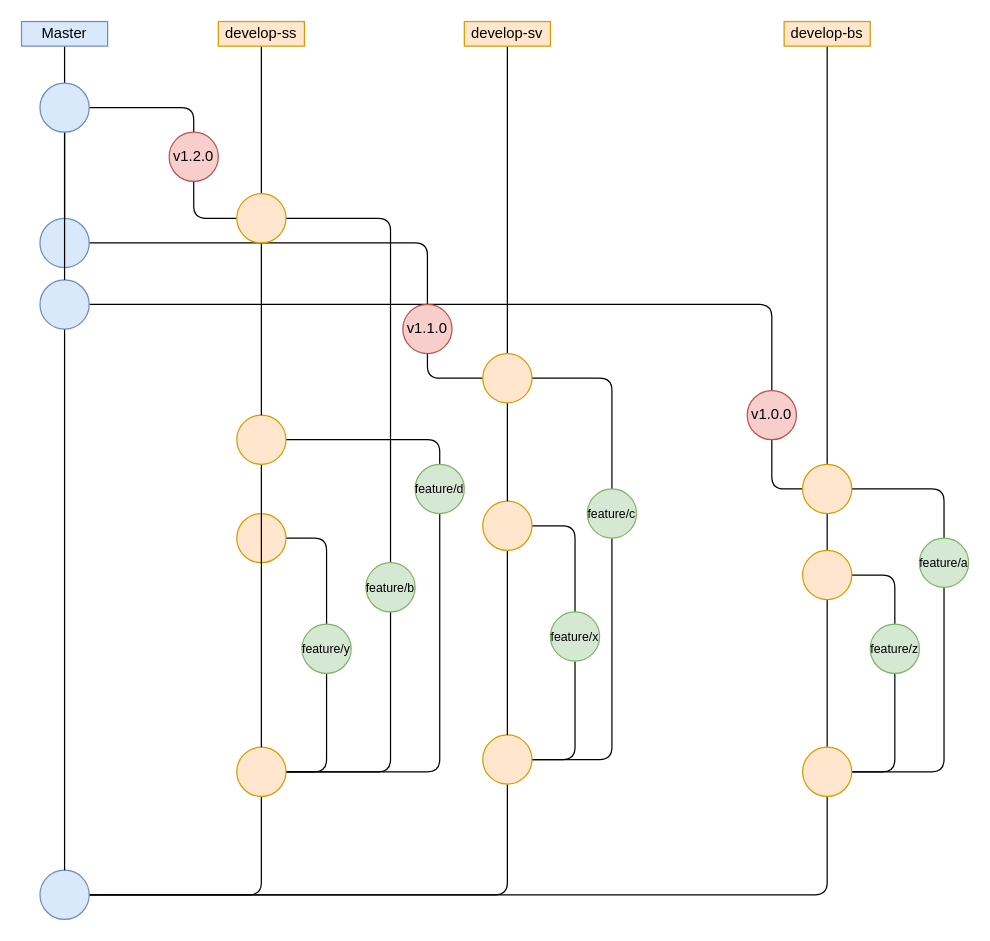
Above: workflows.drawio in dev-pengu/workflows (draw.io), before the change. Source tidied: cells renumbered, new cells numbered last; positions are measured from the earlier drawing's top-left corner, leaving out a move shared by most shapes. Both pictures are drawn from the tidied source at 123%, with x=0, y=0 at pixel (21, 21).
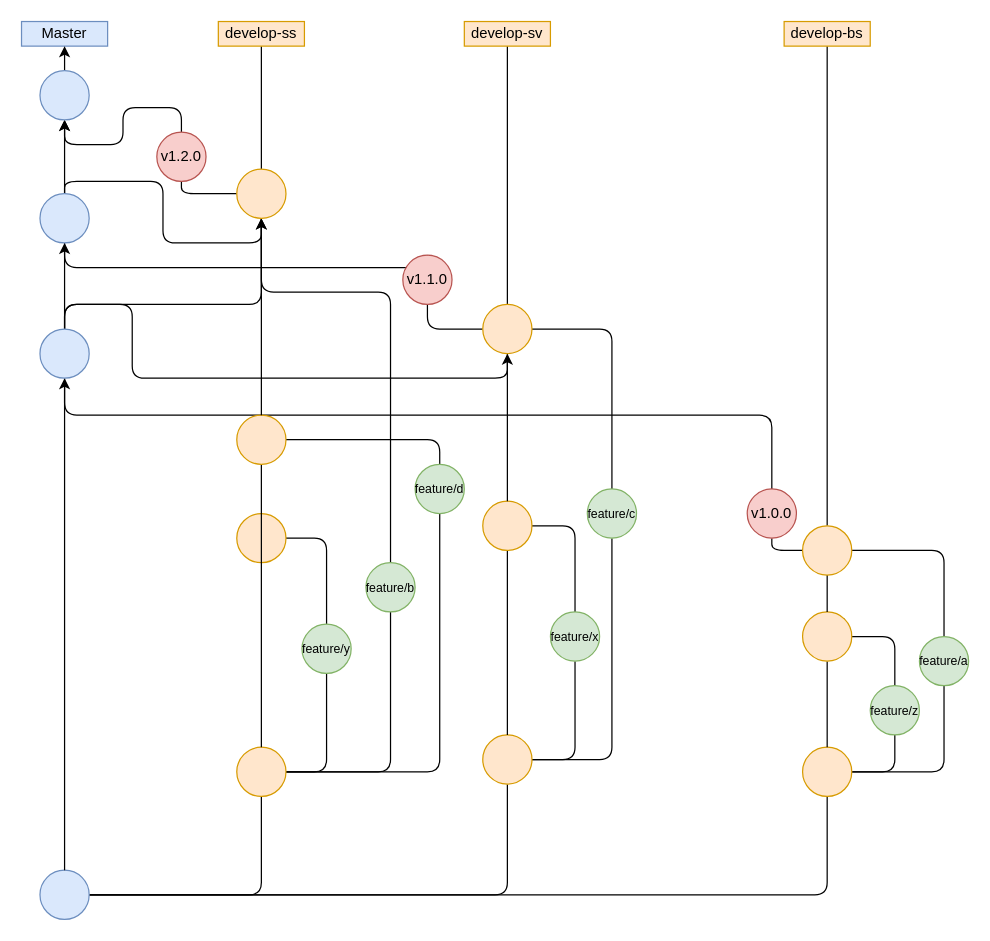
Above is the later version.

The change refers to these unchanged cells:
```xml
<mxCell id="7" value="Master" style="rounded=0;whiteSpace=wrap;html=1;fillColor=#dae8fc;strokeColor=#6c8ebf;" parent="1" vertex="1">
  <mxGeometry width="70" height="20" as="geometry" />
</mxCell>
<mxCell id="22" style="ellipse;whiteSpace=wrap;html=1;fillColor=#ffe6cc;strokeColor=#d79b00;" parent="1" vertex="1">
  <mxGeometry x="635" y="590" width="40" height="40" as="geometry" />
</mxCell>
<mxCell id="23" value="develop-bs" style="rounded=0;whiteSpace=wrap;html=1;fillColor=#ffe6cc;strokeColor=#d79b00;" parent="1" vertex="1">
  <mxGeometry x="620" width="70" height="20" as="geometry" />
</mxCell>
<mxCell id="51" value="&lt;font size=&quot;1&quot;&gt;feature/b&lt;/font&gt;" style="ellipse;whiteSpace=wrap;html=1;fillColor=#d5e8d4;strokeColor=#82b366;" parent="1" vertex="1">
  <mxGeometry x="280" y="440" width="40" height="40" as="geometry" />
</mxCell>
```

The edit, as a diff of the source:
```diff
@@
-    <mxCell id="2" style="edgeStyle=orthogonalEdgeStyle;rounded=0;jettySize=auto;html=1;endArrow=none;endFill=0;entryX=0.5;entryY=1;entryDx=0;entryDy=0;" parent="1" edge="1" source="62" target="7">
-      <mxGeometry relative="1" as="geometry">
-        <Array as="points">
-          <mxPoint x="35" y="170" />
-        </Array>
-      </mxGeometry>
-    </mxCell>
@@
-    <mxCell id="19" style="edgeStyle=orthogonalEdgeStyle;rounded=0;jettySize=auto;html=1;exitX=0.5;exitY=0;exitDx=0;exitDy=0;entryX=0.5;entryY=1;entryDx=0;entryDy=0;endArrow=none;endFill=0;" parent="1" edge="1" source="22" target="23">
+    <mxCell id="19" style="edgeStyle=orthogonalEdgeStyle;rounded=0;jettySize=auto;html=1;exitX=0.5;exitY=0;exitDx=0;exitDy=0;entryX=0.5;entryY=1;entryDx=0;entryDy=0;endArrow=none;endFill=0;" parent="1" edge="1" source="34" target="23">
       <mxGeometry relative="1" as="geometry" />
     </mxCell>
@@
     <mxCell id="29" value="&lt;font style=&quot;font-size: 10px;&quot;&gt;feature/z&lt;/font&gt;" style="ellipse;whiteSpace=wrap;html=1;fillColor=#d5e8d4;strokeColor=#82b366;" parent="1" vertex="1">
-      <mxGeometry x="690" y="490" width="40" height="40" as="geometry" />
+      <mxGeometry x="690" y="540" width="40" height="40" as="geometry" />
     </mxCell>
@@
     <mxCell id="31" value="&lt;font style=&quot;font-size: 10px;&quot;&gt;feature/a&lt;/font&gt;" style="ellipse;whiteSpace=wrap;html=1;fillColor=#d5e8d4;strokeColor=#82b366;" parent="1" vertex="1">
-      <mxGeometry x="730" y="420" width="40" height="40" as="geometry" />
+      <mxGeometry x="730" y="500" width="40" height="40" as="geometry" />
     </mxCell>
-    <mxCell id="32" style="ellipse;whiteSpace=wrap;html=1;fillColor=#ffe6cc;strokeColor=#d79b00;" parent="1" vertex="1">
-      <mxGeometry x="635" y="430" width="40" height="40" as="geometry" />
-    </mxCell>
@@
-    <mxCell id="34" style="ellipse;whiteSpace=wrap;html=1;fillColor=#ffe6cc;strokeColor=#d79b00;" parent="1" vertex="1">
-      <mxGeometry x="635" y="360" width="40" height="40" as="geometry" />
-    </mxCell>
-    <mxCell id="35" style="edgeStyle=orthogonalEdgeStyle;rounded=1;jettySize=auto;html=1;exitX=0.5;exitY=0;exitDx=0;exitDy=0;entryX=1;entryY=0.5;entryDx=0;entryDy=0;curved=0;endArrow=none;endFill=0;" parent="1" edge="1" source="36" target="38">
-      <mxGeometry relative="1" as="geometry" />
+    <mxCell id="35" style="edgeStyle=orthogonalEdgeStyle;rounded=1;jettySize=auto;html=1;exitX=0.5;exitY=0;exitDx=0;exitDy=0;entryX=0.5;entryY=1;entryDx=0;entryDy=0;curved=0;endArrow=classic;endFill=1;" parent="1" edge="1" source="36" target="38">
+      <mxGeometry relative="1" as="geometry">
+        <Array as="points">
+          <mxPoint x="610" y="320" />
+          <mxPoint x="35" y="320" />
+        </Array>
+      </mxGeometry>
     </mxCell>
     <mxCell id="36" value="v1.0.0" style="ellipse;whiteSpace=wrap;html=1;fillColor=#f8cecc;strokeColor=#b85450;" parent="1" vertex="1">
-      <mxGeometry x="590" y="300" width="40" height="40" as="geometry" />
+      <mxGeometry x="590" y="380" width="40" height="40" as="geometry" />
     </mxCell>
@@
+    <mxCell id="63" style="edgeStyle=orthogonalEdgeStyle;rounded=1;jettySize=auto;html=1;exitX=0.5;exitY=0;exitDx=0;exitDy=0;entryX=0.5;entryY=1;entryDx=0;entryDy=0;curved=0;" parent="1" edge="1" source="38" target="58">
+      <mxGeometry relative="1" as="geometry">
+        <Array as="points">
+          <mxPoint x="35" y="230" />
+          <mxPoint x="195" y="230" />
+        </Array>
+      </mxGeometry>
+    </mxCell>
+    <mxCell id="64" style="edgeStyle=orthogonalEdgeStyle;rounded=0;jettySize=auto;html=1;exitX=0.5;exitY=0;exitDx=0;exitDy=0;entryX=0.5;entryY=1;entryDx=0;entryDy=0;" parent="1" edge="1" source="38" target="49">
+      <mxGeometry relative="1" as="geometry" />
+    </mxCell>
+    <mxCell id="65" style="edgeStyle=orthogonalEdgeStyle;rounded=1;jettySize=auto;html=1;exitX=0.5;exitY=0;exitDx=0;exitDy=0;entryX=0.5;entryY=1;entryDx=0;entryDy=0;curved=0;" parent="1" edge="1" source="38" target="46">
+      <mxGeometry relative="1" as="geometry">
+        <Array as="points">
+          <mxPoint x="35" y="230" />
+          <mxPoint x="90" y="230" />
+          <mxPoint x="90" y="290" />
+          <mxPoint x="395" y="290" />
+        </Array>
+      </mxGeometry>
+    </mxCell>
     <mxCell id="38" style="ellipse;whiteSpace=wrap;html=1;fillColor=#dae8fc;strokeColor=#6c8ebf;" parent="1" vertex="1">
-      <mxGeometry x="15" y="210" width="40" height="40" as="geometry" />
+      <mxGeometry x="15" y="250" width="40" height="40" as="geometry" />
     </mxCell>
@@
     <mxCell id="46" style="ellipse;whiteSpace=wrap;html=1;fillColor=#ffe6cc;strokeColor=#d79b00;" parent="1" vertex="1">
-      <mxGeometry x="375" y="270" width="40" height="40" as="geometry" />
+      <mxGeometry x="375" y="230" width="40" height="40" as="geometry" />
     </mxCell>
-    <mxCell id="47" style="edgeStyle=orthogonalEdgeStyle;rounded=1;jettySize=auto;html=1;exitX=0.5;exitY=0;exitDx=0;exitDy=0;entryX=1;entryY=0.5;entryDx=0;entryDy=0;endArrow=none;endFill=0;curved=0;" parent="1" edge="1" source="48" target="49">
-      <mxGeometry relative="1" as="geometry" />
+    <mxCell id="47" style="edgeStyle=orthogonalEdgeStyle;rounded=1;jettySize=auto;html=1;exitX=0.5;exitY=0;exitDx=0;exitDy=0;entryX=0.5;entryY=1;entryDx=0;entryDy=0;endArrow=none;endFill=0;curved=0;" parent="1" edge="1" source="48" target="49">
+      <mxGeometry relative="1" as="geometry">
+        <Array as="points">
+          <mxPoint x="330" y="200" />
+          <mxPoint x="35" y="200" />
+        </Array>
+      </mxGeometry>
     </mxCell>
     <mxCell id="48" value="v1.1.0" style="ellipse;whiteSpace=wrap;html=1;fillColor=#f8cecc;strokeColor=#b85450;" parent="1" vertex="1">
-      <mxGeometry x="310" y="230" width="40" height="40" as="geometry" />
+      <mxGeometry x="310" y="190" width="40" height="40" as="geometry" />
     </mxCell>
+    <mxCell id="66" style="edgeStyle=orthogonalEdgeStyle;rounded=0;jettySize=auto;html=1;exitX=0.5;exitY=0;exitDx=0;exitDy=0;entryX=0.5;entryY=1;entryDx=0;entryDy=0;" parent="1" edge="1" source="49" target="62">
+      <mxGeometry relative="1" as="geometry" />
+    </mxCell>
+    <mxCell id="67" style="edgeStyle=orthogonalEdgeStyle;rounded=1;jettySize=auto;html=1;exitX=0.5;exitY=0;exitDx=0;exitDy=0;entryX=0.5;entryY=1;entryDx=0;entryDy=0;curved=0;" parent="1" edge="1" source="49" target="58">
+      <mxGeometry relative="1" as="geometry">
+        <Array as="points">
+          <mxPoint x="35" y="130" />
+          <mxPoint x="115" y="130" />
+          <mxPoint x="115" y="180" />
+          <mxPoint x="195" y="180" />
+        </Array>
+      </mxGeometry>
+    </mxCell>
     <mxCell id="49" style="ellipse;whiteSpace=wrap;html=1;fillColor=#dae8fc;strokeColor=#6c8ebf;" parent="1" vertex="1">
-      <mxGeometry x="15" y="160" width="40" height="40" as="geometry" />
+      <mxGeometry x="15" y="140" width="40" height="40" as="geometry" />
     </mxCell>
-    <mxCell id="50" style="edgeStyle=orthogonalEdgeStyle;rounded=1;jettySize=auto;html=1;exitX=0.5;exitY=0;exitDx=0;exitDy=0;entryX=1;entryY=0.5;entryDx=0;entryDy=0;curved=0;endArrow=none;endFill=0;" parent="1" edge="1" source="51" target="58">
-      <mxGeometry relative="1" as="geometry" />
+    <mxCell id="50" style="edgeStyle=orthogonalEdgeStyle;rounded=1;jettySize=auto;html=1;exitX=0.5;exitY=0;exitDx=0;exitDy=0;entryX=0.5;entryY=1;entryDx=0;entryDy=0;curved=0;endArrow=none;endFill=0;" parent="1" edge="1" source="51" target="58">
+      <mxGeometry relative="1" as="geometry">
+        <Array as="points">
+          <mxPoint x="300" y="220" />
+          <mxPoint x="195" y="220" />
+        </Array>
+      </mxGeometry>
     </mxCell>
@@
     <mxCell id="57" style="edgeStyle=orthogonalEdgeStyle;rounded=1;jettySize=auto;html=1;exitX=0;exitY=0.5;exitDx=0;exitDy=0;entryX=0.5;entryY=1;entryDx=0;entryDy=0;curved=0;endArrow=none;endFill=0;" parent="1" edge="1" source="58" target="60">
-      <mxGeometry relative="1" as="geometry" />
+      <mxGeometry relative="1" as="geometry">
+        <Array as="points">
+          <mxPoint x="130" y="140" />
+        </Array>
+      </mxGeometry>
     </mxCell>
     <mxCell id="58" style="ellipse;whiteSpace=wrap;html=1;fillColor=#ffe6cc;strokeColor=#d79b00;" parent="1" vertex="1">
-      <mxGeometry x="175" y="140" width="40" height="40" as="geometry" />
+      <mxGeometry x="175" y="120" width="40" height="40" as="geometry" />
     </mxCell>
-    <mxCell id="59" style="edgeStyle=orthogonalEdgeStyle;rounded=1;jettySize=auto;html=1;exitX=0.5;exitY=0;exitDx=0;exitDy=0;entryX=1;entryY=0.5;entryDx=0;entryDy=0;curved=0;endArrow=none;endFill=0;" parent="1" edge="1" source="60" target="62">
+    <mxCell id="59" style="edgeStyle=orthogonalEdgeStyle;rounded=1;jettySize=auto;html=1;exitX=0.5;exitY=0;exitDx=0;exitDy=0;entryX=0.5;entryY=1;entryDx=0;entryDy=0;curved=0;endArrow=classic;endFill=1;" parent="1" edge="1" source="60" target="62">
       <mxGeometry relative="1" as="geometry" />
     </mxCell>
     <mxCell id="60" value="v1.2&lt;span style=&quot;background-color: initial;&quot;&gt;.0&lt;/span&gt;" style="ellipse;whiteSpace=wrap;html=1;fillColor=#f8cecc;strokeColor=#b85450;" parent="1" vertex="1">
-      <mxGeometry x="120" y="90" width="40" height="40" as="geometry" />
+      <mxGeometry x="110" y="90" width="40" height="40" as="geometry" />
     </mxCell>
-    <mxCell id="61" style="edgeStyle=orthogonalEdgeStyle;rounded=0;jettySize=auto;html=1;endArrow=none;endFill=0;entryX=0.5;entryY=1;entryDx=0;entryDy=0;" parent="1" edge="1" source="38" target="62">
-      <mxGeometry relative="1" as="geometry">
-        <Array as="points">
-          <mxPoint x="35" y="170" />
-        </Array>
-      </mxGeometry>
-    </mxCell>
+    <mxCell id="2" style="edgeStyle=orthogonalEdgeStyle;rounded=0;jettySize=auto;html=1;exitX=0.5;exitY=0;exitDx=0;exitDy=0;entryX=0.5;entryY=1;entryDx=0;entryDy=0;" parent="1" edge="1" source="62" target="7">
+      <mxGeometry relative="1" as="geometry" />
+    </mxCell>
     <mxCell id="62" style="ellipse;whiteSpace=wrap;html=1;fillColor=#dae8fc;strokeColor=#6c8ebf;" parent="1" vertex="1">
-      <mxGeometry x="15" y="50" width="40" height="40" as="geometry" />
+      <mxGeometry x="15" y="40" width="40" height="40" as="geometry" />
     </mxCell>
+    <mxCell id="68" style="edgeStyle=orthogonalEdgeStyle;rounded=0;orthogonalLoop=1;jettySize=auto;html=1;exitX=1;exitY=0;exitDx=0;exitDy=0;entryX=0.5;entryY=0;entryDx=0;entryDy=0;" parent="1" edge="1" source="32" target="32">
+      <mxGeometry relative="1" as="geometry" />
+    </mxCell>
+    <mxCell id="69" style="edgeStyle=orthogonalEdgeStyle;rounded=0;jettySize=auto;html=1;exitX=0.5;exitY=0;exitDx=0;exitDy=0;entryX=0.5;entryY=1;entryDx=0;entryDy=0;endArrow=none;endFill=0;" parent="1" edge="1" source="22" target="32">
+      <mxGeometry relative="1" as="geometry" />
+    </mxCell>
+    <mxCell id="32" style="ellipse;whiteSpace=wrap;html=1;fillColor=#ffe6cc;strokeColor=#d79b00;" parent="1" vertex="1">
+      <mxGeometry x="635" y="480" width="40" height="40" as="geometry" />
+    </mxCell>
+    <mxCell id="70" style="edgeStyle=orthogonalEdgeStyle;rounded=0;jettySize=auto;html=1;exitX=0.5;exitY=0;exitDx=0;exitDy=0;entryX=0.5;entryY=1;entryDx=0;entryDy=0;endArrow=none;endFill=0;" parent="1" edge="1" source="32" target="34">
+      <mxGeometry relative="1" as="geometry" />
+    </mxCell>
+    <mxCell id="34" style="ellipse;whiteSpace=wrap;html=1;fillColor=#ffe6cc;strokeColor=#d79b00;" parent="1" vertex="1">
+      <mxGeometry x="635" y="410" width="40" height="40" as="geometry" />
+    </mxCell>
```
